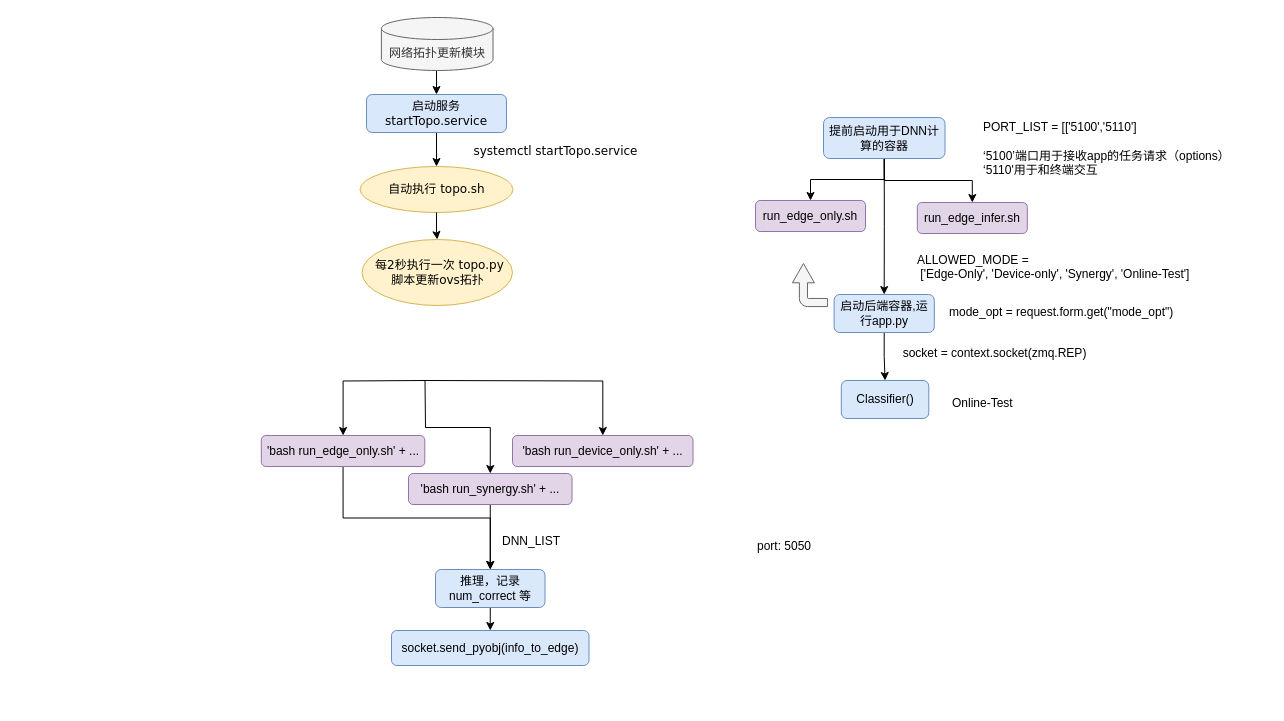
This is 未命名绘图.drawio from zhoumeng-123/draw, a draw.io file, before an edit. Source tidied: cells renumbered, new cells numbered last; positions are measured from the earlier drawing's top-left corner, leaving out a move shared by most shapes. Both pictures are drawn from the tidied source at 100%, with x=0, y=0 at pixel (261, 17).
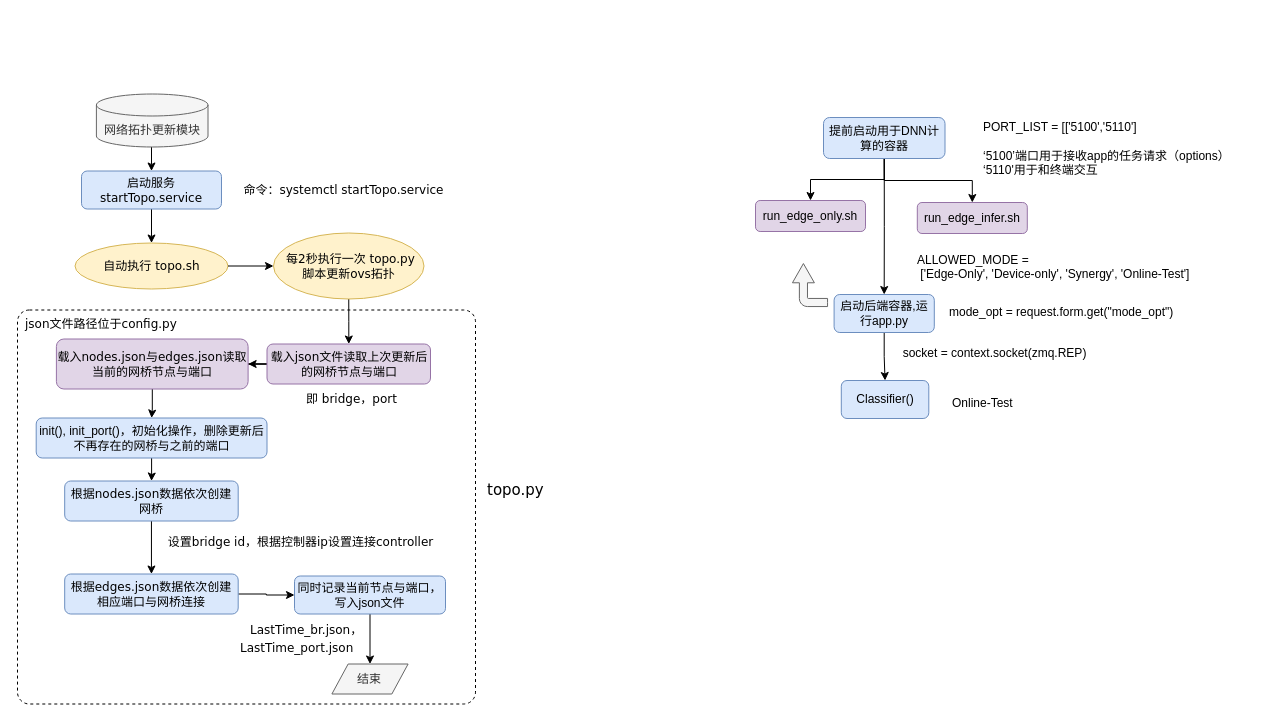
The same page after the edit.

Commit message:
更新未命名绘图.drawio

What changed in the source:
```diff
@@
     <mxCell id="3" value="启动服务&lt;font face=&quot;Verdana&quot;&gt;startTopo.service&lt;/font&gt;" style="rounded=1;whiteSpace=wrap;html=1;fillColor=#dae8fc;strokeColor=#6c8ebf;" parent="1" vertex="1">
-      <mxGeometry x="105" y="77" width="140" height="38" as="geometry" />
+      <mxGeometry x="-180" y="153.5" width="140" height="38" as="geometry" />
     </mxCell>
     <mxCell id="4" style="edgeStyle=orthogonalEdgeStyle;rounded=0;jettySize=auto;html=1;exitX=0.5;exitY=1;exitDx=0;exitDy=0;exitPerimeter=0;entryX=0.5;entryY=0;entryDx=0;entryDy=0;" parent="1" edge="1" target="3">
       <mxGeometry relative="1" as="geometry">
-        <mxPoint x="175" y="52" as="sourcePoint" />
+        <mxPoint x="-110" y="128.5" as="sourcePoint" />
       </mxGeometry>
     </mxCell>
     <mxCell id="5" value="网络拓扑更新模块" style="shape=cylinder3;whiteSpace=wrap;html=1;boundedLbl=1;backgroundOutline=1;size=11;fillColor=#f5f5f5;strokeColor=#666666;fontColor=#333333;" parent="1" vertex="1">
-      <mxGeometry x="119.9" width="111.6" height="53" as="geometry" />
+      <mxGeometry x="-165.1" y="76.5" width="111.6" height="53" as="geometry" />
     </mxCell>
-    <mxCell id="6" style="edgeStyle=orthogonalEdgeStyle;rounded=0;jettySize=auto;html=1;exitX=0.5;exitY=1;exitDx=0;exitDy=0;entryX=0.5;entryY=0;entryDx=0;entryDy=0;" parent="1" edge="1" source="7" target="20">
-      <mxGeometry relative="1" as="geometry" />
-    </mxCell>
+    <mxCell id="38" style="edgeStyle=orthogonalEdgeStyle;rounded=0;jettySize=auto;html=1;fontFamily=Verdana;" parent="1" edge="1" source="7" target="42">
+      <mxGeometry relative="1" as="geometry" />
+    </mxCell>
-    <mxCell id="7" value="'bash run_edge_only.sh' + ..." style="rounded=1;whiteSpace=wrap;html=1;fillColor=#e1d5e7;strokeColor=#9673a6;" parent="1" vertex="1">
-      <mxGeometry x="-0.2" y="418" width="163.5" height="31" as="geometry" />
+    <mxCell id="7" value="&lt;font face=&quot;Verdana&quot;&gt;载入json文件读取上次更新后的网桥节点与端口&lt;/font&gt;" style="rounded=1;whiteSpace=wrap;html=1;fillColor=#e1d5e7;strokeColor=#9673a6;" parent="1" vertex="1">
+      <mxGeometry x="5.5" y="326.5" width="163.5" height="40" as="geometry" />
     </mxCell>
-    <mxCell id="8" style="edgeStyle=orthogonalEdgeStyle;rounded=0;jettySize=auto;html=1;exitX=0.5;exitY=1;exitDx=0;exitDy=0;" parent="1" edge="1" target="7">
-      <mxGeometry relative="1" as="geometry">
-        <mxPoint x="163.5" y="363" as="sourcePoint" />
-      </mxGeometry>
-    </mxCell>
-    <mxCell id="9" style="edgeStyle=orthogonalEdgeStyle;rounded=0;jettySize=auto;html=1;exitX=0.5;exitY=1;exitDx=0;exitDy=0;entryX=0.5;entryY=0;entryDx=0;entryDy=0;" parent="1" edge="1" target="15">
-      <mxGeometry relative="1" as="geometry">
-        <mxPoint x="163.5" y="363" as="sourcePoint" />
-      </mxGeometry>
-    </mxCell>
-    <mxCell id="10" style="edgeStyle=orthogonalEdgeStyle;rounded=0;jettySize=auto;html=1;exitX=0.5;exitY=1;exitDx=0;exitDy=0;" parent="1" edge="1" target="16">
-      <mxGeometry relative="1" as="geometry">
-        <mxPoint x="163.5" y="363" as="sourcePoint" />
-      </mxGeometry>
-    </mxCell>
     <mxCell id="11" value="&lt;font face=&quot;Verdana&quot;&gt;自动执行 topo.sh&lt;/font&gt;" style="ellipse;whiteSpace=wrap;html=1;fillColor=#fff2cc;strokeColor=#d6b656;" parent="1" vertex="1">
-      <mxGeometry x="98.5" y="149" width="153" height="46" as="geometry" />
+      <mxGeometry x="-186.5" y="225.5" width="153" height="46" as="geometry" />
     </mxCell>
-    <mxCell id="12" value="&lt;font face=&quot;Verdana&quot;&gt;systemctl startTopo.service&lt;/font&gt;" style="text;html=1;align=center;verticalAlign=middle;strokeColor=none;fillColor=none;" parent="1" vertex="1">
-      <mxGeometry x="199" y="119" width="190" height="30" as="geometry" />
+    <mxCell id="12" value="&lt;font face=&quot;Verdana&quot;&gt;命令：systemctl startTopo.service&lt;/font&gt;" style="text;html=1;align=center;verticalAlign=middle;strokeColor=none;fillColor=none;" parent="1" vertex="1">
+      <mxGeometry x="-33.5" y="157.5" width="230" height="30" as="geometry" />
     </mxCell>
-    <mxCell id="13" value="socket.send_pyobj(info_to_edge)" style="rounded=1;whiteSpace=wrap;html=1;fillColor=#dae8fc;strokeColor=#6c8ebf;" parent="1" vertex="1">
-      <mxGeometry x="130" y="613" width="197.5" height="35" as="geometry" />
-    </mxCell>
-    <mxCell id="14" style="edgeStyle=orthogonalEdgeStyle;rounded=0;jettySize=auto;html=1;exitX=0.5;exitY=1;exitDx=0;exitDy=0;entryX=0.5;entryY=0;entryDx=0;entryDy=0;" parent="1" edge="1" source="15" target="20">
-      <mxGeometry relative="1" as="geometry" />
-    </mxCell>
-    <mxCell id="15" value="'bash run_synergy.sh' + ..." style="rounded=1;whiteSpace=wrap;html=1;fillColor=#e1d5e7;strokeColor=#9673a6;" parent="1" vertex="1">
-      <mxGeometry x="147" y="456" width="163.5" height="31" as="geometry" />
-    </mxCell>
+    <mxCell id="39" style="edgeStyle=orthogonalEdgeStyle;rounded=0;jettySize=auto;html=1;fontFamily=Verdana;" parent="1" edge="1" source="16" target="45">
+      <mxGeometry relative="1" as="geometry" />
+    </mxCell>
-    <mxCell id="16" value="'bash run_device_only.sh' + ..." style="rounded=1;whiteSpace=wrap;html=1;fillColor=#e1d5e7;strokeColor=#9673a6;" parent="1" vertex="1">
-      <mxGeometry x="251" y="418" width="180.5" height="31" as="geometry" />
+    <mxCell id="16" value="init(), init_port()，初始化操作，删除更新后不再存在的网桥与之前的端口" style="rounded=1;whiteSpace=wrap;html=1;fillColor=#dae8fc;strokeColor=#6c8ebf;" parent="1" vertex="1">
+      <mxGeometry x="-225.3" y="400.5" width="230.8" height="40" as="geometry" />
     </mxCell>
-    <mxCell id="17" value="DNN_LIST" style="text;whiteSpace=wrap;html=1;" parent="1" vertex="1">
-      <mxGeometry x="238.5" y="510" width="78" height="28" as="geometry" />
+    <mxCell id="17" value="&lt;font face=&quot;Verdana&quot;&gt;LastTime_br.json，&lt;/font&gt;" style="text;whiteSpace=wrap;html=1;" parent="1" vertex="1">
+      <mxGeometry x="-13.4" y="598.5" width="280" height="28" as="geometry" />
     </mxCell>
-    <mxCell id="18" value="port: 5050" style="text;whiteSpace=wrap;html=1;" parent="1" vertex="1">
-      <mxGeometry x="494" y="515" width="78" height="28" as="geometry" />
+    <mxCell id="18" value="&lt;font face=&quot;Verdana&quot;&gt;json文件路径位于config.py&lt;/font&gt;" style="text;whiteSpace=wrap;html=1;" parent="1" vertex="1">
+      <mxGeometry x="-237.6" y="292.5" width="191" height="40" as="geometry" />
     </mxCell>
-    <mxCell id="19" style="edgeStyle=orthogonalEdgeStyle;rounded=0;jettySize=auto;html=1;exitX=0.5;exitY=1;exitDx=0;exitDy=0;entryX=0.5;entryY=0;entryDx=0;entryDy=0;" parent="1" edge="1" source="20" target="13">
+    <mxCell id="19" style="edgeStyle=orthogonalEdgeStyle;rounded=0;jettySize=auto;html=1;exitX=0.5;exitY=1;exitDx=0;exitDy=0;" parent="1" edge="1" source="20" target="49">
       <mxGeometry relative="1" as="geometry" />
     </mxCell>
-    <mxCell id="20" value="推理，记录num_correct 等" style="rounded=1;whiteSpace=wrap;html=1;fillColor=#dae8fc;strokeColor=#6c8ebf;" parent="1" vertex="1">
-      <mxGeometry x="174" y="552" width="109.5" height="38" as="geometry" />
+    <mxCell id="20" value="同时记录当前节点与端口，写入json文件" style="rounded=1;whiteSpace=wrap;html=1;fillColor=#dae8fc;strokeColor=#6c8ebf;" parent="1" vertex="1">
+      <mxGeometry x="33" y="558.5" width="151" height="38" as="geometry" />
     </mxCell>
@@
-    <mxCell id="36" style="edgeStyle=orthogonalEdgeStyle;rounded=0;jettySize=auto;html=1;" parent="1" edge="1" source="11" target="37">
+    <mxCell id="36" style="edgeStyle=orthogonalEdgeStyle;rounded=0;jettySize=auto;html=1;exitX=1;exitY=0.5;exitDx=0;exitDy=0;" parent="1" edge="1" source="11" target="37">
       <mxGeometry relative="1" as="geometry" />
     </mxCell>
+    <mxCell id="40" style="edgeStyle=orthogonalEdgeStyle;rounded=0;jettySize=auto;html=1;fontFamily=Verdana;exitX=0.5;exitY=1;exitDx=0;exitDy=0;" parent="1" edge="1" source="37" target="7">
+      <mxGeometry relative="1" as="geometry" />
+    </mxCell>
     <mxCell id="37" value="&lt;font face=&quot;Verdana&quot;&gt;&amp;nbsp; 每2秒执行一次 topo.py&amp;nbsp; 脚本更新ovs拓扑&lt;/font&gt;" style="ellipse;whiteSpace=wrap;html=1;fillColor=#fff2cc;strokeColor=#d6b656;" parent="1" vertex="1">
-      <mxGeometry x="100.5" y="222" width="150.5" height="66" as="geometry" />
+      <mxGeometry x="12" y="215.5" width="150.5" height="66" as="geometry" />
     </mxCell>
+    <mxCell id="41" style="edgeStyle=orthogonalEdgeStyle;rounded=0;jettySize=auto;html=1;fontFamily=Verdana;" parent="1" edge="1" source="42" target="16">
+      <mxGeometry relative="1" as="geometry" />
+    </mxCell>
+    <mxCell id="42" value="&lt;font face=&quot;Verdana&quot;&gt;载入nodes.json与edges.json读取当前的网桥节点与端口&lt;/font&gt;" style="rounded=1;whiteSpace=wrap;html=1;fillColor=#e1d5e7;strokeColor=#9673a6;" parent="1" vertex="1">
+      <mxGeometry x="-205.1" y="321.5" width="191.7" height="50" as="geometry" />
+    </mxCell>
+    <mxCell id="43" value="&lt;font face=&quot;Verdana&quot;&gt;即 bridge，port&lt;/font&gt;" style="text;whiteSpace=wrap;html=1;" parent="1" vertex="1">
+      <mxGeometry x="42.5" y="367.5" width="191" height="40" as="geometry" />
+    </mxCell>
+    <mxCell id="44" style="edgeStyle=orthogonalEdgeStyle;rounded=0;jettySize=auto;html=1;fontFamily=Verdana;" parent="1" edge="1" source="45" target="47">
+      <mxGeometry relative="1" as="geometry" />
+    </mxCell>
+    <mxCell id="45" value="根据&lt;font face=&quot;Verdana&quot;&gt;nodes.json数据依次创建网桥&lt;/font&gt;" style="rounded=1;whiteSpace=wrap;html=1;fillColor=#dae8fc;strokeColor=#6c8ebf;" parent="1" vertex="1">
+      <mxGeometry x="-196.8" y="463.5" width="173.5" height="40" as="geometry" />
+    </mxCell>
+    <mxCell id="46" style="edgeStyle=orthogonalEdgeStyle;rounded=0;jettySize=auto;html=1;fontFamily=Verdana;" parent="1" edge="1" source="47" target="20">
+      <mxGeometry relative="1" as="geometry" />
+    </mxCell>
+    <mxCell id="47" value="根据&lt;font face=&quot;Verdana&quot;&gt;edges.json数据依次创建相应端口与网桥连接&lt;/font&gt;" style="rounded=1;whiteSpace=wrap;html=1;fillColor=#dae8fc;strokeColor=#6c8ebf;" parent="1" vertex="1">
+      <mxGeometry x="-196.8" y="556.5" width="173.5" height="40" as="geometry" />
+    </mxCell>
+    <mxCell id="48" value="设置bridge id，根据控制器ip设置连接controller" style="text;html=1;align=center;verticalAlign=middle;strokeColor=none;fillColor=none;fontFamily=Verdana;" parent="1" vertex="1">
+      <mxGeometry x="-106" y="509.5" width="290" height="30" as="geometry" />
+    </mxCell>
+    <mxCell id="49" value="结束" style="shape=parallelogram;perimeter=parallelogramPerimeter;whiteSpace=wrap;html=1;fixedSize=1;fontFamily=Verdana;size=16.25;fillColor=#f5f5f5;fontColor=#333333;strokeColor=#666666;" parent="1" vertex="1">
+      <mxGeometry x="70.4" y="646.5" width="76.2" height="30" as="geometry" />
+    </mxCell>
+    <mxCell id="50" style="rounded=1;whiteSpace=wrap;html=1;fontFamily=Verdana;fillColor=none;dashed=1;arcSize=3;" parent="1" vertex="1">
+      <mxGeometry x="-244" y="292.5" width="458" height="394" as="geometry" />
+    </mxCell>
+    <mxCell id="51" value="&lt;font face=&quot;Verdana&quot;&gt;LastTime_port.json&lt;/font&gt;" style="text;whiteSpace=wrap;html=1;fontFamily=Verdana;" parent="1" vertex="1">
+      <mxGeometry x="-23.2" y="616.5" width="150" height="40" as="geometry" />
+    </mxCell>
+    <mxCell id="52" value="&lt;font style=&quot;font-size: 15px;&quot; face=&quot;Verdana&quot;&gt;topo.py&lt;/font&gt;" style="text;whiteSpace=wrap;html=1;fontFamily=Verdana;" parent="1" vertex="1">
+      <mxGeometry x="224" y="456.5" width="80" height="40" as="geometry" />
+    </mxCell>
```
